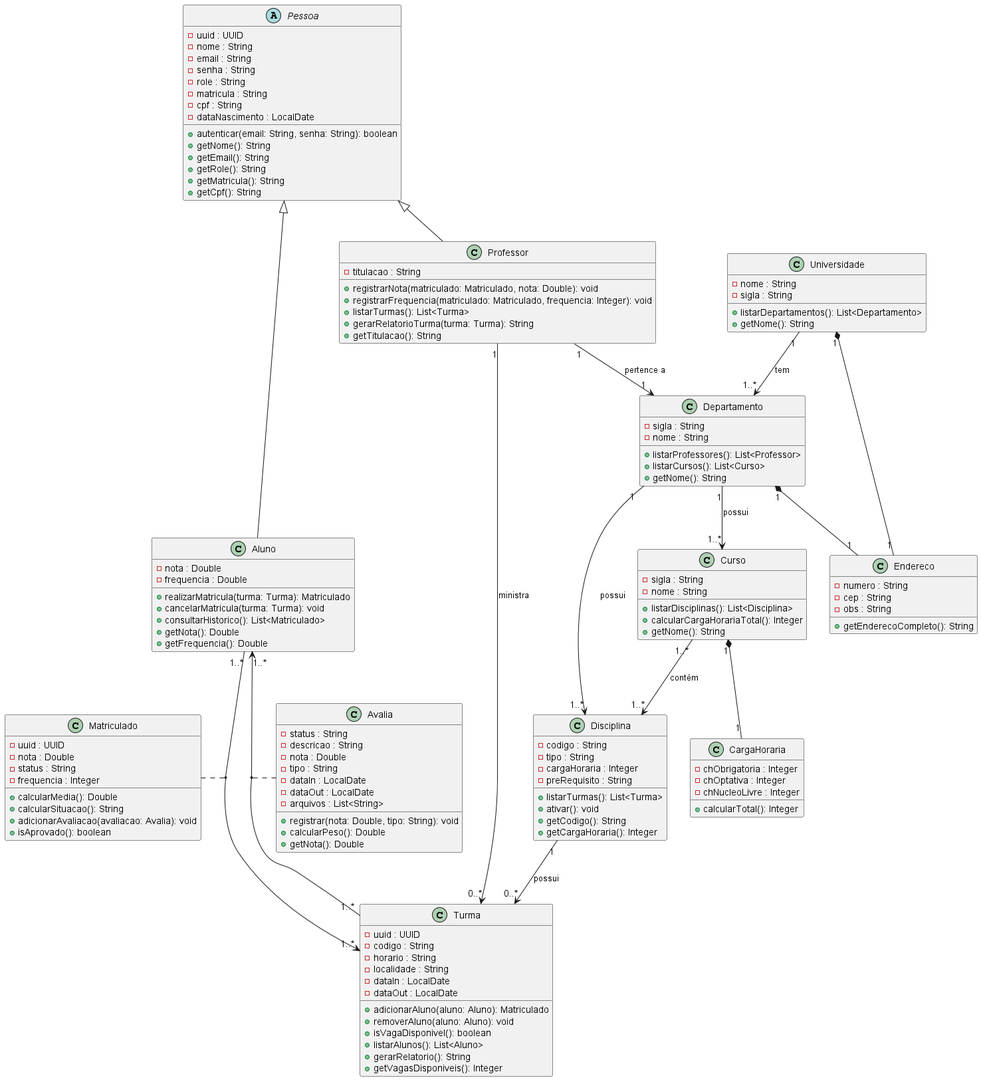
Before: docs/out/Diagrama-de-classes/Diagrama de Classes.png, a diagram exported from PlantUML (Rangelzin/SGA-Central-POO).
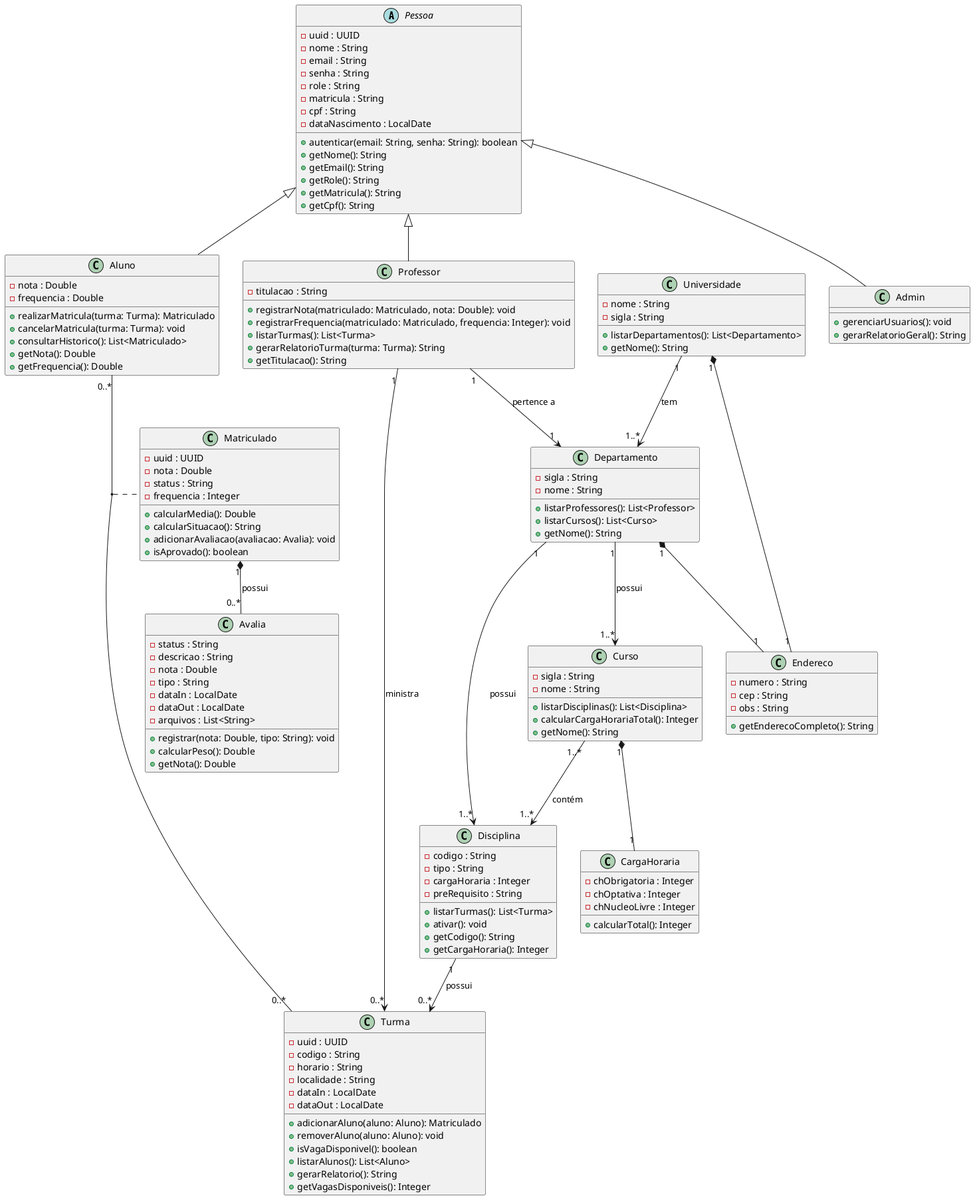
The same file after the commit.

Commit message:
docs: Atualiza diagrama de classe e adiciona database.dbml

The edit, as a diff of the source:
```diff
@@ -34,6 +34,11 @@
     +listarTurmas(): List<Turma>
     +gerarRelatorioTurma(turma: Turma): String
     +getTitulacao(): String
+}
+
+class Admin {
+    +gerenciarUsuarios(): void
+    +gerarRelatorioGeral(): String
 }
 
 class Turma {
@@ -125,6 +130,7 @@
 
 Pessoa <|-- Aluno
 Pessoa <|-- Professor
+Pessoa <|-- Admin
 
 Universidade "1" *-- "1" Endereco
 Departamento "1" *-- "1" Endereco
@@ -138,9 +144,9 @@
 
 Professor "1" --> "1" Departamento : pertence a
 Professor "1" --> "0..*" Turma : ministra
-Aluno "1..*"<-- "1..*" Turma
-Aluno "1..*"--> "1..*" Turma
+
+Aluno "0..*" -- "0..*" Turma
 (Aluno, Turma) .. Matriculado
-(Aluno, Turma) .. Avalia
+Matriculado "1" *-- "0..*" Avalia : possui
 
 @enduml
```
